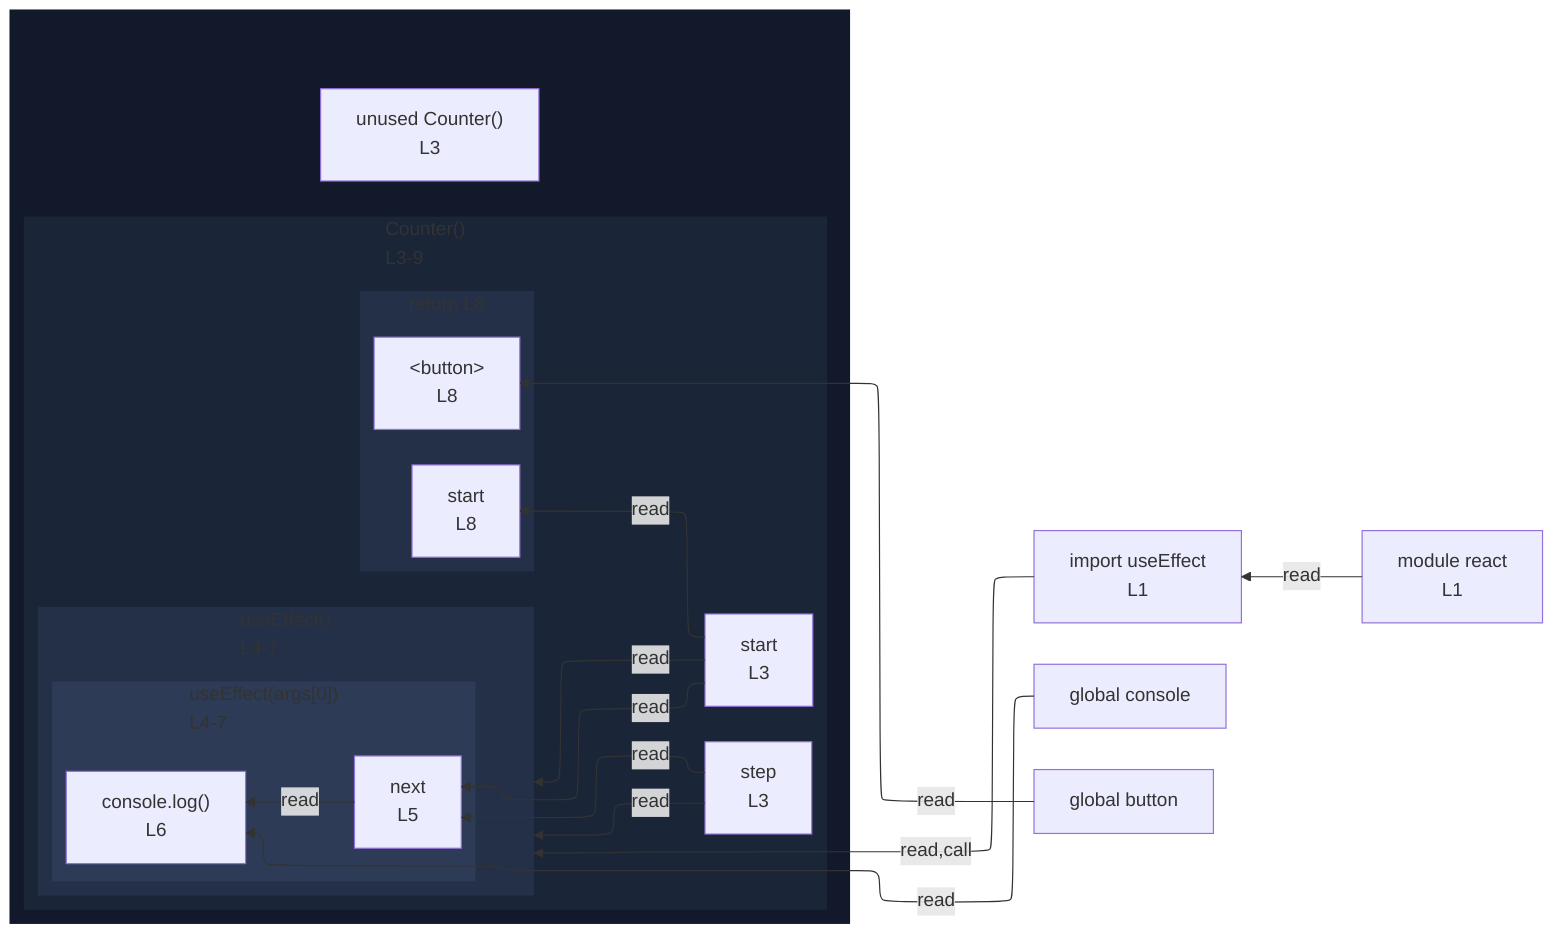
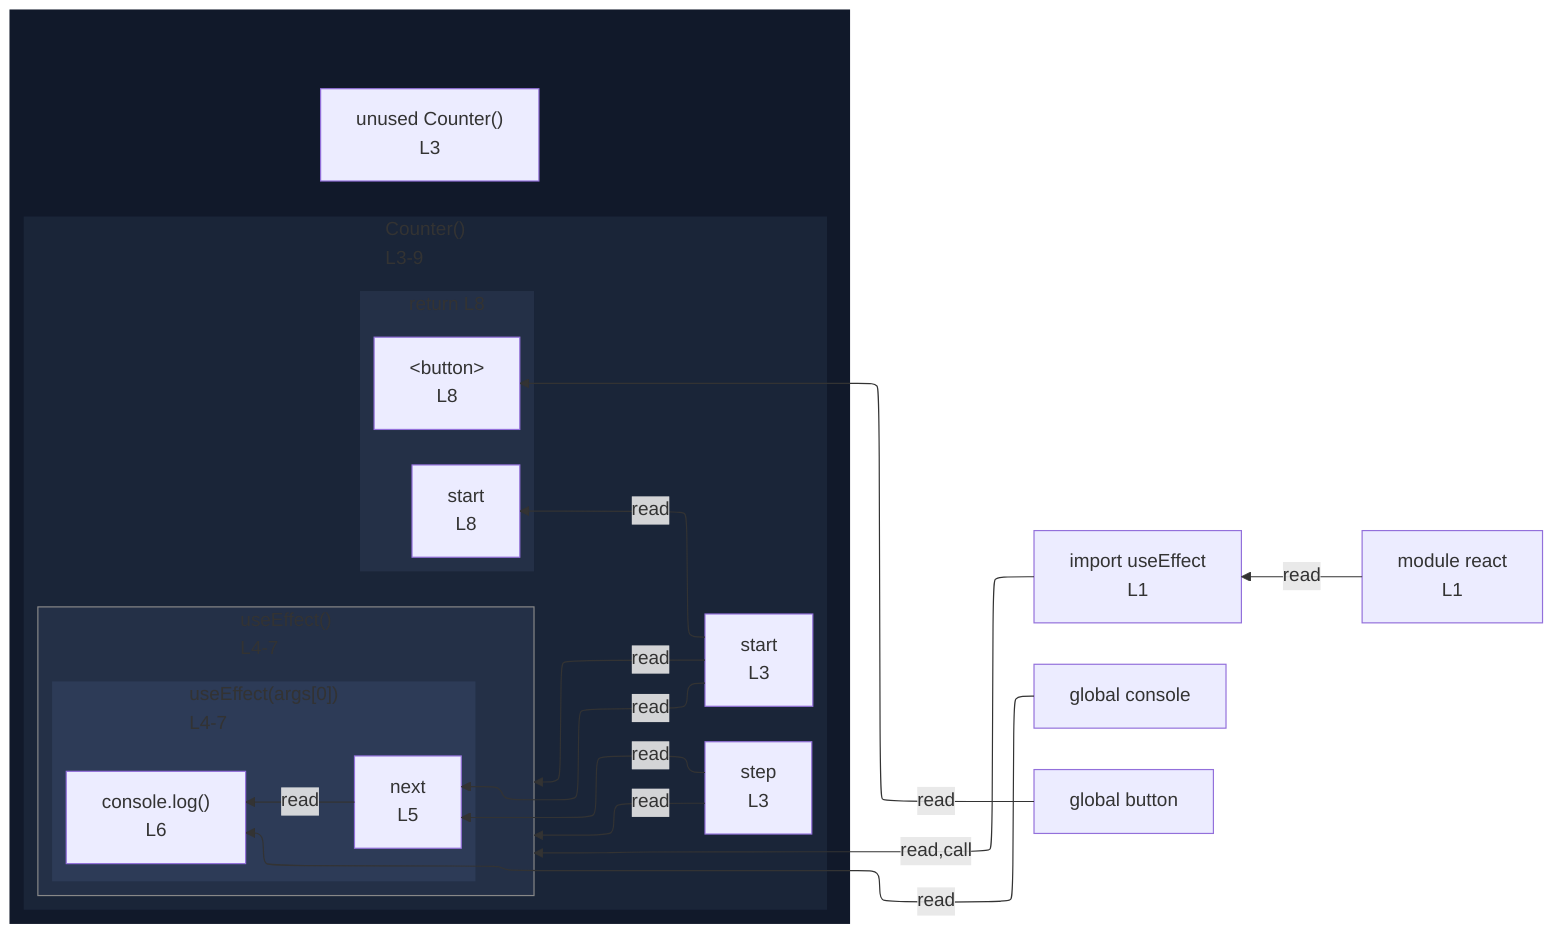
%%{init: {"flowchart": {"defaultRenderer": "elk"}}}%%
flowchart RL
  n_scope_0_useEffect_9["import useEffect<br/>L1"]
  n_scope_0_console_163["global console"]
  n_scope_0_button_213["global button"]
  subgraph wrap_s_scope_1[" "]
    direction TB
    n_scope_0_Counter_42["unused Counter()<br/>L3"]
    subgraph s_scope_1["Counter()<br/>L3-9"]
      direction RL
      n_scope_1_start_55["start<br/>L3"]
      n_scope_1_step_62["step<br/>L3"]
      subgraph expr_stmt_110["useEffect()<br/>L4-7"]
        direction RL
        subgraph s_scope_2["useEffect(args[0])<br/>L4-7"]
          direction RL
          n_scope_2_next_138["next<br/>L5"]
          expr_stmt_163["console.log()<br/>L6"]
        end
      end
      subgraph s_return_scope_0_Counter_42_205_237["return L8"]
        direction RL
        ret_use_ref_9["&lt;button&gt;<br/>L8"]
        ret_use_ref_10["start<br/>L8"]
      end
    end
  end
  n_scope_0_useEffect_9 -->|read,call| expr_stmt_110
  n_scope_1_start_55 -->|read| n_scope_2_next_138
  n_scope_1_step_62 -->|read| n_scope_2_next_138
  n_scope_0_console_163 -->|read| expr_stmt_163
  n_scope_2_next_138 -->|read| expr_stmt_163
  n_scope_1_start_55 -->|read| expr_stmt_110
  n_scope_1_step_62 -->|read| expr_stmt_110
  n_scope_0_button_213 -->|read| ret_use_ref_9
  n_scope_1_start_55 -->|read| ret_use_ref_10
  mod_react["module react<br/>L1"]
  mod_react -->|read| n_scope_0_useEffect_9
  classDef nestL1 fill:#11192a,stroke:transparent;
  class wrap_s_scope_1 nestL1;
  classDef nestL2 fill:#1a2538,stroke:transparent;
  class s_scope_1 nestL2;
  classDef nestL3 fill:#243047,stroke:transparent;
  class expr_stmt_110 nestL3;
  class s_return_scope_0_Counter_42_205_237 nestL3;
  classDef nestL4 fill:#2d3b57,stroke:transparent;
  class s_scope_2 nestL4;
+   classDef edgeTargetSubgraph stroke:#888;
+   class expr_stmt_110 edgeTargetSubgraph;
